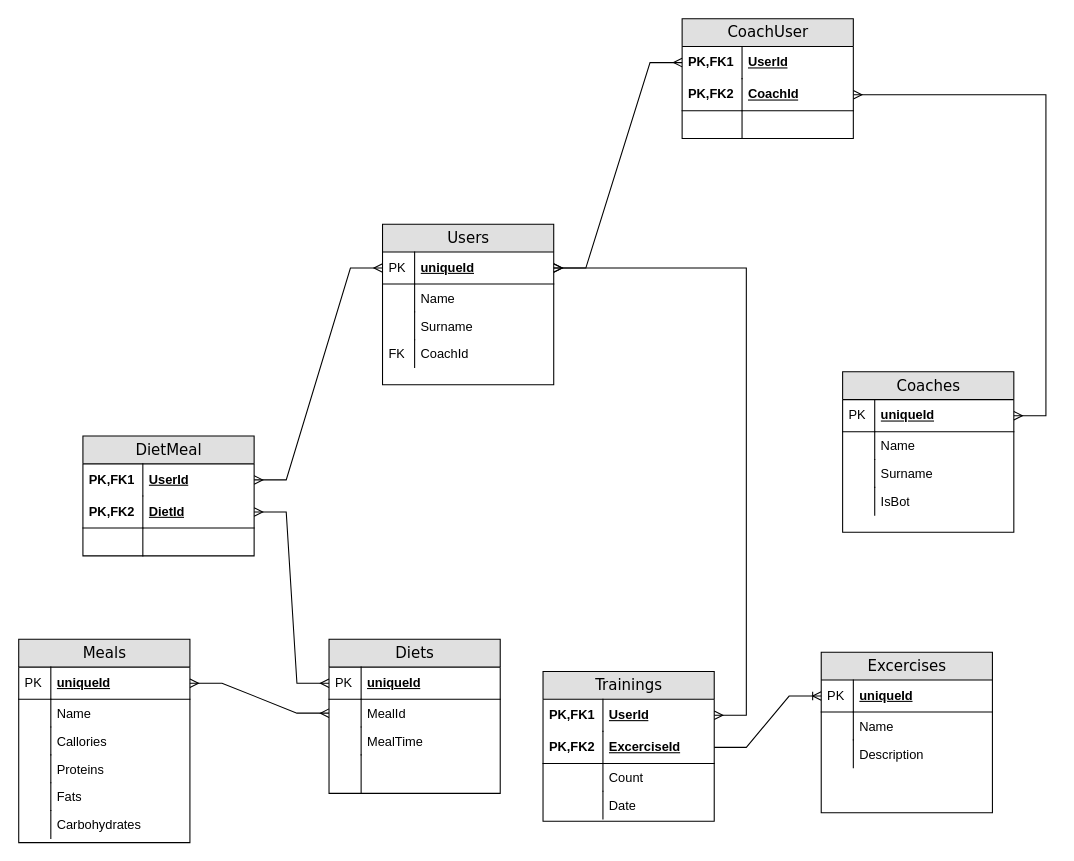
lasm16/Diagrams keeps this draw.io diagram as otus.csharp.dev/Диаграмма без названия.drawio. Above is the earlier version. Source tidied: cells renumbered, new cells numbered last; positions are measured from the earlier drawing's top-left corner, leaving out a move shared by most shapes. Both pictures are drawn from the tidied source at 107%, with x=0, y=0 at pixel (18, 18).
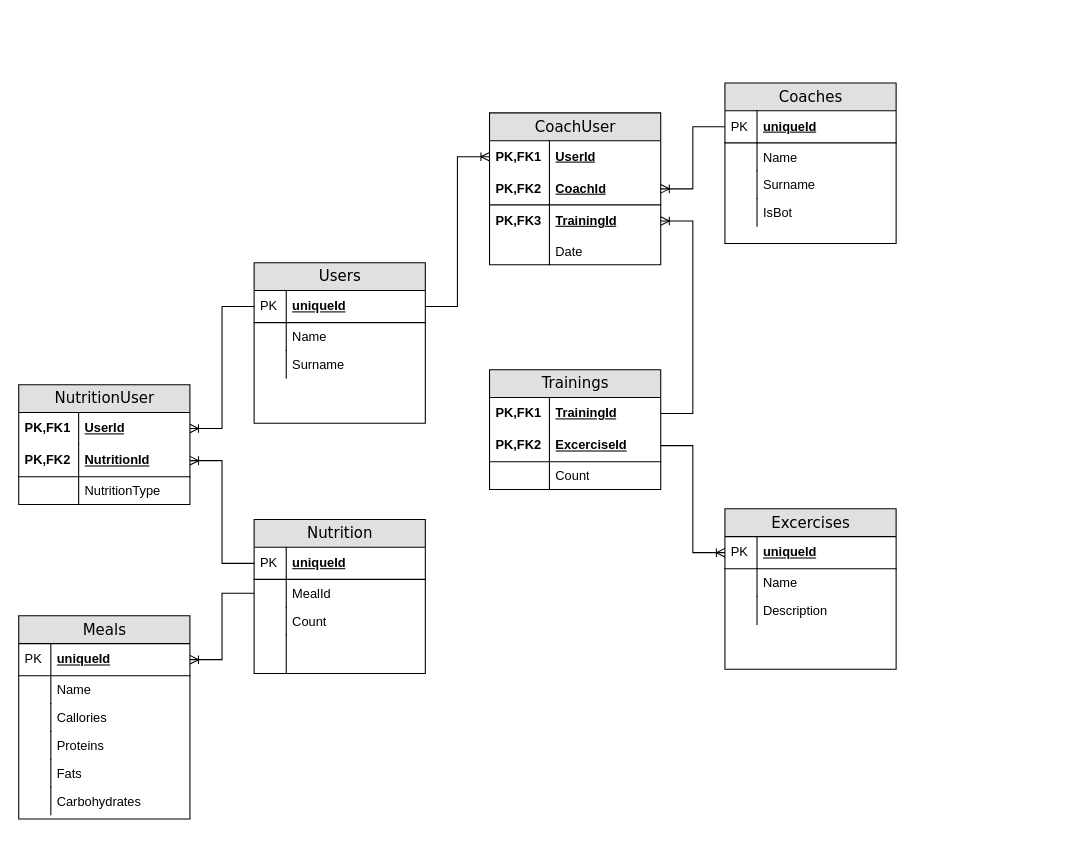
After the change.

Unchanged cells that the change refers to:
```xml
<mxCell id="3" value="UserId" style="shape=partialRectangle;top=0;left=0;right=0;bottom=0;html=1;align=left;verticalAlign=middle;fillColor=none;spacingLeft=60;spacingRight=4;whiteSpace=wrap;overflow=hidden;points=[[0,0.5],[1,0.5]];portConstraint=eastwest;fontStyle=5;" parent="2" vertex="1">
  <mxGeometry y="26" width="160" height="30" as="geometry" />
</mxCell>
<mxCell id="10" value="uniqueId" style="shape=partialRectangle;top=0;left=0;right=0;bottom=1;html=1;align=left;verticalAlign=middle;fillColor=none;spacingLeft=34;spacingRight=4;whiteSpace=wrap;overflow=hidden;points=[[0,0.5],[1,0.5]];portConstraint=eastwest;fontStyle=5;" parent="9" vertex="1">
  <mxGeometry y="26" width="160" height="30" as="geometry" />
</mxCell>
<mxCell id="12" value="MealId" style="shape=partialRectangle;top=0;left=0;right=0;bottom=0;html=1;align=left;verticalAlign=top;fillColor=none;spacingLeft=34;spacingRight=4;whiteSpace=wrap;overflow=hidden;points=[[0,0.5],[1,0.5]];portConstraint=eastwest;" parent="9" vertex="1">
  <mxGeometry y="56" width="160" height="26" as="geometry" />
</mxCell>
<mxCell id="20" value="uniqueId" style="shape=partialRectangle;top=0;left=0;right=0;bottom=1;html=1;align=left;verticalAlign=middle;fillColor=none;spacingLeft=34;spacingRight=4;whiteSpace=wrap;overflow=hidden;points=[[0,0.5],[1,0.5]];portConstraint=eastwest;fontStyle=5;" parent="19" vertex="1">
  <mxGeometry y="26" width="160" height="30" as="geometry" />
</mxCell>
<mxCell id="29" value="uniqueId" style="shape=partialRectangle;top=0;left=0;right=0;bottom=1;html=1;align=left;verticalAlign=middle;fillColor=none;spacingLeft=34;spacingRight=4;whiteSpace=wrap;overflow=hidden;points=[[0,0.5],[1,0.5]];portConstraint=eastwest;fontStyle=5;" parent="28" vertex="1">
  <mxGeometry y="26" width="160" height="30" as="geometry" />
</mxCell>
<mxCell id="38" value="&lt;span style=&quot;text-align: center; text-wrap-mode: nowrap;&quot;&gt;&lt;font face=&quot;Helvetica&quot; style=&quot;&quot;&gt;ExcerciseId&lt;/font&gt;&lt;/span&gt;" style="shape=partialRectangle;top=0;left=0;right=0;bottom=1;html=1;align=left;verticalAlign=middle;fillColor=none;spacingLeft=60;spacingRight=4;whiteSpace=wrap;overflow=hidden;points=[[0,0.5],[1,0.5]];portConstraint=eastwest;fontStyle=5;" parent="35" vertex="1">
  <mxGeometry y="56" width="160" height="30" as="geometry" />
</mxCell>
<mxCell id="45" value="uniqueId" style="shape=partialRectangle;top=0;left=0;right=0;bottom=1;html=1;align=left;verticalAlign=middle;fillColor=none;spacingLeft=34;spacingRight=4;whiteSpace=wrap;overflow=hidden;points=[[0,0.5],[1,0.5]];portConstraint=eastwest;fontStyle=5;" parent="44" vertex="1">
  <mxGeometry y="26" width="160" height="30" as="geometry" />
</mxCell>
<mxCell id="54" value="UserId" style="shape=partialRectangle;top=0;left=0;right=0;bottom=0;html=1;align=left;verticalAlign=middle;fillColor=none;spacingLeft=60;spacingRight=4;whiteSpace=wrap;overflow=hidden;points=[[0,0.5],[1,0.5]];portConstraint=eastwest;fontStyle=5;" parent="53" vertex="1">
  <mxGeometry y="26" width="160" height="30" as="geometry" />
</mxCell>
<mxCell id="56" value="CoachId" style="shape=partialRectangle;top=0;left=0;right=0;bottom=1;html=1;align=left;verticalAlign=middle;fillColor=none;spacingLeft=60;spacingRight=4;whiteSpace=wrap;overflow=hidden;points=[[0,0.5],[1,0.5]];portConstraint=eastwest;fontStyle=5;" parent="53" vertex="1">
  <mxGeometry y="56" width="160" height="30" as="geometry" />
</mxCell>
<mxCell id="61" value="uniqueId" style="shape=partialRectangle;top=0;left=0;right=0;bottom=1;html=1;align=left;verticalAlign=middle;fillColor=none;spacingLeft=34;spacingRight=4;whiteSpace=wrap;overflow=hidden;points=[[0,0.5],[1,0.5]];portConstraint=eastwest;fontStyle=5;" parent="60" vertex="1">
  <mxGeometry y="26" width="160" height="30" as="geometry" />
</mxCell>
```

Change to the diagram source:
```diff
@@
-    <mxCell id="2" value="DietMeal" style="swimlane;html=1;fontStyle=0;horizontal=1;startSize=26;fillColor=#e0e0e0;swimlaneFillColor=#ffffff;align=center;rounded=0;shadow=0;comic=0;labelBackgroundColor=none;strokeWidth=1;fontFamily=Verdana;fontSize=14;" parent="1" vertex="1">
-      <mxGeometry x="60" y="390" width="160" height="112" as="geometry" />
+    <mxCell id="2" value="NutritionUser" style="swimlane;html=1;fontStyle=0;horizontal=1;startSize=26;fillColor=#e0e0e0;swimlaneFillColor=#ffffff;align=center;rounded=0;shadow=0;comic=0;labelBackgroundColor=none;strokeWidth=1;fontFamily=Verdana;fontSize=14;" parent="1" vertex="1">
+      <mxGeometry y="342" width="160" height="112" as="geometry" />
     </mxCell>
@@
-    <mxCell id="5" value="DietId" style="shape=partialRectangle;top=0;left=0;right=0;bottom=1;html=1;align=left;verticalAlign=middle;fillColor=none;spacingLeft=60;spacingRight=4;whiteSpace=wrap;overflow=hidden;points=[[0,0.5],[1,0.5]];portConstraint=eastwest;fontStyle=5;" parent="2" vertex="1">
+    <mxCell id="5" value="NutritionId" style="shape=partialRectangle;top=0;left=0;right=0;bottom=1;html=1;align=left;verticalAlign=middle;fillColor=none;spacingLeft=60;spacingRight=4;whiteSpace=wrap;overflow=hidden;points=[[0,0.5],[1,0.5]];portConstraint=eastwest;fontStyle=5;" parent="2" vertex="1">
       <mxGeometry y="56" width="160" height="30" as="geometry" />
     </mxCell>
@@
-    <mxCell id="7" style="shape=partialRectangle;top=0;left=0;right=0;bottom=0;html=1;align=left;verticalAlign=top;fillColor=none;spacingLeft=60;spacingRight=4;whiteSpace=wrap;overflow=hidden;" parent="2" vertex="1">
+    <mxCell id="7" value="NutritionType" style="shape=partialRectangle;top=0;left=0;right=0;bottom=0;html=1;align=left;verticalAlign=top;fillColor=none;spacingLeft=60;spacingRight=4;whiteSpace=wrap;overflow=hidden;" parent="2" vertex="1">
       <mxGeometry y="86" width="160" height="26" as="geometry" />
     </mxCell>
@@
-    <mxCell id="9" value="Diets" style="swimlane;html=1;fontStyle=0;horizontal=1;startSize=26;fillColor=#e0e0e0;swimlaneFillColor=#ffffff;align=center;rounded=0;shadow=0;comic=0;labelBackgroundColor=none;strokeWidth=1;fontFamily=Verdana;fontSize=14;swimlaneLine=1;" parent="1" vertex="1">
-      <mxGeometry x="290" y="580" width="160" height="144" as="geometry" />
+    <mxCell id="9" value="Nutrition" style="swimlane;html=1;fontStyle=0;horizontal=1;startSize=26;fillColor=#e0e0e0;swimlaneFillColor=#ffffff;align=center;rounded=0;shadow=0;comic=0;labelBackgroundColor=none;strokeWidth=1;fontFamily=Verdana;fontSize=14;swimlaneLine=1;" parent="1" vertex="1">
+      <mxGeometry x="220" y="468" width="160" height="144" as="geometry" />
     </mxCell>
@@
-    <mxCell id="14" value="MealTime" style="shape=partialRectangle;top=0;left=0;right=0;bottom=0;html=1;align=left;verticalAlign=top;fillColor=none;spacingLeft=34;spacingRight=4;whiteSpace=wrap;overflow=hidden;" parent="9" vertex="1">
+    <mxCell id="14" value="Count" style="shape=partialRectangle;top=0;left=0;right=0;bottom=0;html=1;align=left;verticalAlign=top;fillColor=none;spacingLeft=34;spacingRight=4;whiteSpace=wrap;overflow=hidden;" parent="9" vertex="1">
       <mxGeometry y="82" width="160" height="26" as="geometry" />
     </mxCell>
@@
-    <mxCell id="18" style="edgeStyle=entityRelationEdgeStyle;fontSize=12;html=1;endArrow=ERmany;startArrow=ERmany;rounded=0;" parent="1" edge="1" source="5" target="10">
-      <mxGeometry relative="1" as="geometry">
-        <Array as="points">
-          <mxPoint x="460" y="230" />
-        </Array>
-      </mxGeometry>
-    </mxCell>
     <mxCell id="19" value="Users" style="swimlane;html=1;fontStyle=0;horizontal=1;startSize=26;fillColor=#e0e0e0;swimlaneFillColor=#ffffff;align=center;rounded=0;shadow=0;comic=0;labelBackgroundColor=none;strokeWidth=1;fontFamily=Verdana;fontSize=14;swimlaneLine=1;" parent="1" vertex="1">
-      <mxGeometry x="340" y="192" width="160" height="150" as="geometry" />
+      <mxGeometry x="220" y="228" width="160" height="150" as="geometry" />
     </mxCell>
@@
-    <mxCell id="26" value="CoachId" style="shape=partialRectangle;top=0;left=0;right=0;bottom=0;html=1;align=left;verticalAlign=top;fillColor=none;spacingLeft=34;spacingRight=4;whiteSpace=wrap;overflow=hidden;" parent="19" vertex="1">
-      <mxGeometry y="108" width="160" height="26" as="geometry" />
-    </mxCell>
-    <mxCell id="27" value="FK" style="shape=partialRectangle;top=0;left=0;bottom=0;html=1;fillColor=none;align=left;verticalAlign=top;spacingLeft=4;spacingRight=4;whiteSpace=wrap;overflow=hidden;" parent="26" vertex="1">
-      <mxGeometry width="30" height="26" as="geometry" />
-    </mxCell>
     <mxCell id="28" value="Excercises" style="swimlane;html=1;fontStyle=0;horizontal=1;startSize=26;fillColor=#e0e0e0;swimlaneFillColor=#ffffff;align=center;rounded=0;shadow=0;comic=0;labelBackgroundColor=none;strokeWidth=1;fontFamily=Verdana;fontSize=14;swimlaneLine=1;" parent="1" vertex="1">
-      <mxGeometry x="750" y="592" width="160" height="150" as="geometry" />
+      <mxGeometry x="660" y="458" width="160" height="150" as="geometry" />
     </mxCell>
@@
     <mxCell id="35" value="Trainings" style="swimlane;html=1;fontStyle=0;horizontal=1;startSize=26;fillColor=#e0e0e0;swimlaneFillColor=#ffffff;align=center;rounded=0;shadow=0;comic=0;labelBackgroundColor=none;strokeWidth=1;fontFamily=Verdana;fontSize=14;" parent="1" vertex="1">
-      <mxGeometry x="490" y="610" width="160" height="140" as="geometry" />
+      <mxGeometry x="440" y="328" width="160" height="112" as="geometry" />
     </mxCell>
-    <mxCell id="36" value="UserId" style="shape=partialRectangle;top=0;left=0;right=0;bottom=0;html=1;align=left;verticalAlign=middle;fillColor=none;spacingLeft=60;spacingRight=4;whiteSpace=wrap;overflow=hidden;points=[[0,0.5],[1,0.5]];portConstraint=eastwest;fontStyle=5;" parent="35" vertex="1">
+    <mxCell id="36" value="TrainingId" style="shape=partialRectangle;top=0;left=0;right=0;bottom=0;html=1;align=left;verticalAlign=middle;fillColor=none;spacingLeft=60;spacingRight=4;whiteSpace=wrap;overflow=hidden;points=[[0,0.5],[1,0.5]];portConstraint=eastwest;fontStyle=5;" parent="35" vertex="1">
       <mxGeometry y="26" width="160" height="30" as="geometry" />
     </mxCell>
@@
-    <mxCell id="42" value="Date" style="shape=partialRectangle;top=0;left=0;right=0;bottom=0;html=1;align=left;verticalAlign=top;fillColor=none;spacingLeft=60;spacingRight=4;whiteSpace=wrap;overflow=hidden;" parent="35" vertex="1">
-      <mxGeometry y="112" width="160" height="26" as="geometry" />
-    </mxCell>
-    <mxCell id="43" style="shape=partialRectangle;top=0;left=0;bottom=0;html=1;fillColor=none;align=left;verticalAlign=top;spacingLeft=4;spacingRight=4;whiteSpace=wrap;overflow=hidden;" parent="42" vertex="1">
-      <mxGeometry width="56" height="26" as="geometry" />
-    </mxCell>
     <mxCell id="44" value="Coaches" style="swimlane;html=1;fontStyle=0;horizontal=1;startSize=26;fillColor=#e0e0e0;swimlaneFillColor=#ffffff;align=center;rounded=0;shadow=0;comic=0;labelBackgroundColor=none;strokeWidth=1;fontFamily=Verdana;fontSize=14;swimlaneLine=1;" parent="1" vertex="1">
-      <mxGeometry x="770" y="330" width="160" height="150" as="geometry" />
+      <mxGeometry x="660" y="60" width="160" height="150" as="geometry" />
     </mxCell>
@@
     <mxCell id="53" value="CoachUser" style="swimlane;html=1;fontStyle=0;horizontal=1;startSize=26;fillColor=#e0e0e0;swimlaneFillColor=#ffffff;align=center;rounded=0;shadow=0;comic=0;labelBackgroundColor=none;strokeWidth=1;fontFamily=Verdana;fontSize=14;" parent="1" vertex="1">
-      <mxGeometry x="620" width="160" height="112" as="geometry" />
+      <mxGeometry x="440" y="88" width="160" height="142" as="geometry" />
     </mxCell>
@@
-    <mxCell id="58" style="shape=partialRectangle;top=0;left=0;right=0;bottom=0;html=1;align=left;verticalAlign=top;fillColor=none;spacingLeft=60;spacingRight=4;whiteSpace=wrap;overflow=hidden;" parent="53" vertex="1">
-      <mxGeometry y="86" width="160" height="26" as="geometry" />
-    </mxCell>
-    <mxCell id="59" style="shape=partialRectangle;top=0;left=0;bottom=0;html=1;fillColor=none;align=left;verticalAlign=top;spacingLeft=4;spacingRight=4;whiteSpace=wrap;overflow=hidden;" parent="58" vertex="1">
-      <mxGeometry width="56" height="26" as="geometry" />
-    </mxCell>
+    <mxCell id="79" value="TrainingId" style="shape=partialRectangle;top=0;left=0;right=0;bottom=0;html=1;align=left;verticalAlign=middle;fillColor=none;spacingLeft=60;spacingRight=4;whiteSpace=wrap;overflow=hidden;points=[[0,0.5],[1,0.5]];portConstraint=eastwest;fontStyle=5;" parent="53" vertex="1">
+      <mxGeometry y="86" width="160" height="30" as="geometry" />
+    </mxCell>
+    <mxCell id="80" value="PK,FK3" style="shape=partialRectangle;fontStyle=1;top=0;left=0;bottom=0;html=1;fillColor=none;align=left;verticalAlign=middle;spacingLeft=4;spacingRight=4;whiteSpace=wrap;overflow=hidden;" parent="79" vertex="1">
+      <mxGeometry width="56" height="30" as="geometry" />
+    </mxCell>
+    <mxCell id="42" value="Date" style="shape=partialRectangle;top=0;left=0;right=0;bottom=0;html=1;align=left;verticalAlign=top;fillColor=none;spacingLeft=60;spacingRight=4;whiteSpace=wrap;overflow=hidden;" parent="53" vertex="1">
+      <mxGeometry y="116" width="160" height="26" as="geometry" />
+    </mxCell>
+    <mxCell id="81" style="shape=partialRectangle;top=0;left=0;bottom=0;html=1;fillColor=none;align=left;verticalAlign=top;spacingLeft=4;spacingRight=4;whiteSpace=wrap;overflow=hidden;" parent="42" vertex="1">
+      <mxGeometry width="56" height="26" as="geometry" />
+    </mxCell>
     <mxCell id="60" value="Meals" style="swimlane;html=1;fontStyle=0;horizontal=1;startSize=26;fillColor=#e0e0e0;swimlaneFillColor=#ffffff;align=center;rounded=0;shadow=0;comic=0;labelBackgroundColor=none;strokeWidth=1;fontFamily=Verdana;fontSize=14;" parent="1" vertex="1">
-      <mxGeometry y="580" width="160" height="190" as="geometry" />
+      <mxGeometry y="558" width="160" height="190" as="geometry" />
     </mxCell>
@@
+    <mxCell id="75" style="edgeStyle=entityRelationEdgeStyle;fontSize=12;html=1;endArrow=ERoneToMany;rounded=0;" parent="1" edge="1" source="38" target="29">
+      <mxGeometry relative="1" as="geometry" />
+    </mxCell>
+    <mxCell id="82" style="edgeStyle=entityRelationEdgeStyle;fontSize=12;html=1;endArrow=ERoneToMany;rounded=0;" parent="1" edge="1" source="12" target="61">
+      <mxGeometry relative="1" as="geometry" />
+    </mxCell>
-    <mxCell id="73" style="edgeStyle=entityRelationEdgeStyle;fontSize=12;html=1;endArrow=ERmany;startArrow=ERmany;rounded=0;" parent="1" edge="1" source="20" target="54">
+    <mxCell id="73" style="edgeStyle=entityRelationEdgeStyle;fontSize=12;html=1;endArrow=ERoneToMany;rounded=0;" parent="1" edge="1" source="20" target="54">
       <mxGeometry relative="1" as="geometry" />
     </mxCell>
-    <mxCell id="74" style="edgeStyle=entityRelationEdgeStyle;fontSize=12;html=1;endArrow=ERmany;startArrow=ERmany;rounded=0;" parent="1" edge="1" source="56" target="45">
-      <mxGeometry relative="1" as="geometry" />
-    </mxCell>
-    <mxCell id="75" style="edgeStyle=entityRelationEdgeStyle;fontSize=12;html=1;endArrow=ERoneToMany;rounded=0;" parent="1" edge="1" source="38" target="29">
-      <mxGeometry relative="1" as="geometry" />
-    </mxCell>
-    <mxCell id="76" style="edgeStyle=entityRelationEdgeStyle;fontSize=12;html=1;endArrow=ERmany;startArrow=ERmany;rounded=0;" parent="1" edge="1" source="36" target="20">
-      <mxGeometry relative="1" as="geometry" />
-    </mxCell>
-    <mxCell id="77" style="edgeStyle=entityRelationEdgeStyle;fontSize=12;html=1;endArrow=ERmany;startArrow=ERmany;rounded=0;" parent="1" edge="1" source="3" target="20">
-      <mxGeometry relative="1" as="geometry" />
-    </mxCell>
-    <mxCell id="78" style="edgeStyle=entityRelationEdgeStyle;fontSize=12;html=1;endArrow=ERmany;startArrow=ERmany;rounded=0;" parent="1" edge="1" source="61" target="12">
-      <mxGeometry relative="1" as="geometry" />
-    </mxCell>
+    <mxCell id="83" style="edgeStyle=entityRelationEdgeStyle;fontSize=12;html=1;endArrow=ERoneToMany;rounded=0;" parent="1" edge="1" source="45" target="56">
+      <mxGeometry relative="1" as="geometry" />
+    </mxCell>
+    <mxCell id="84" style="edgeStyle=entityRelationEdgeStyle;fontSize=12;html=1;endArrow=ERoneToMany;rounded=0;" parent="1" edge="1" source="36" target="79">
+      <mxGeometry relative="1" as="geometry" />
+    </mxCell>
+    <mxCell id="85" style="edgeStyle=entityRelationEdgeStyle;fontSize=12;html=1;endArrow=ERoneToMany;rounded=0;" parent="1" edge="1" source="20" target="3">
+      <mxGeometry relative="1" as="geometry" />
+    </mxCell>
+    <mxCell id="86" style="edgeStyle=entityRelationEdgeStyle;fontSize=12;html=1;endArrow=ERoneToMany;rounded=0;" parent="1" edge="1" source="10" target="5">
+      <mxGeometry relative="1" as="geometry" />
+    </mxCell>
```
